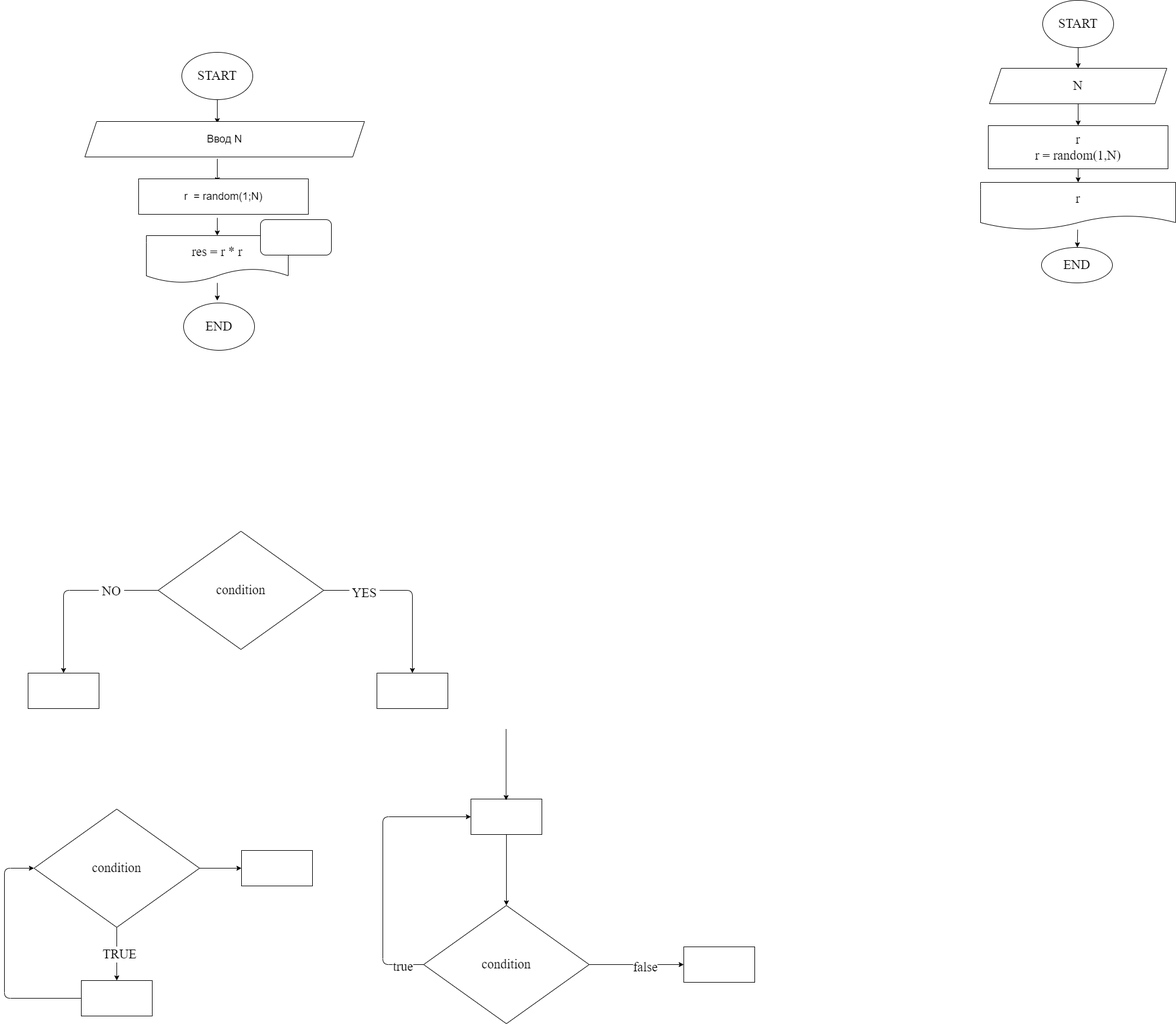
iksergey/practice_temp keeps this draw.io diagram as ex000.drawio.png. Above is the earlier version. Source tidied: cells renumbered, new cells last; positions are measured from the earlier drawing's top-left corner, leaving out a move shared by most shapes.
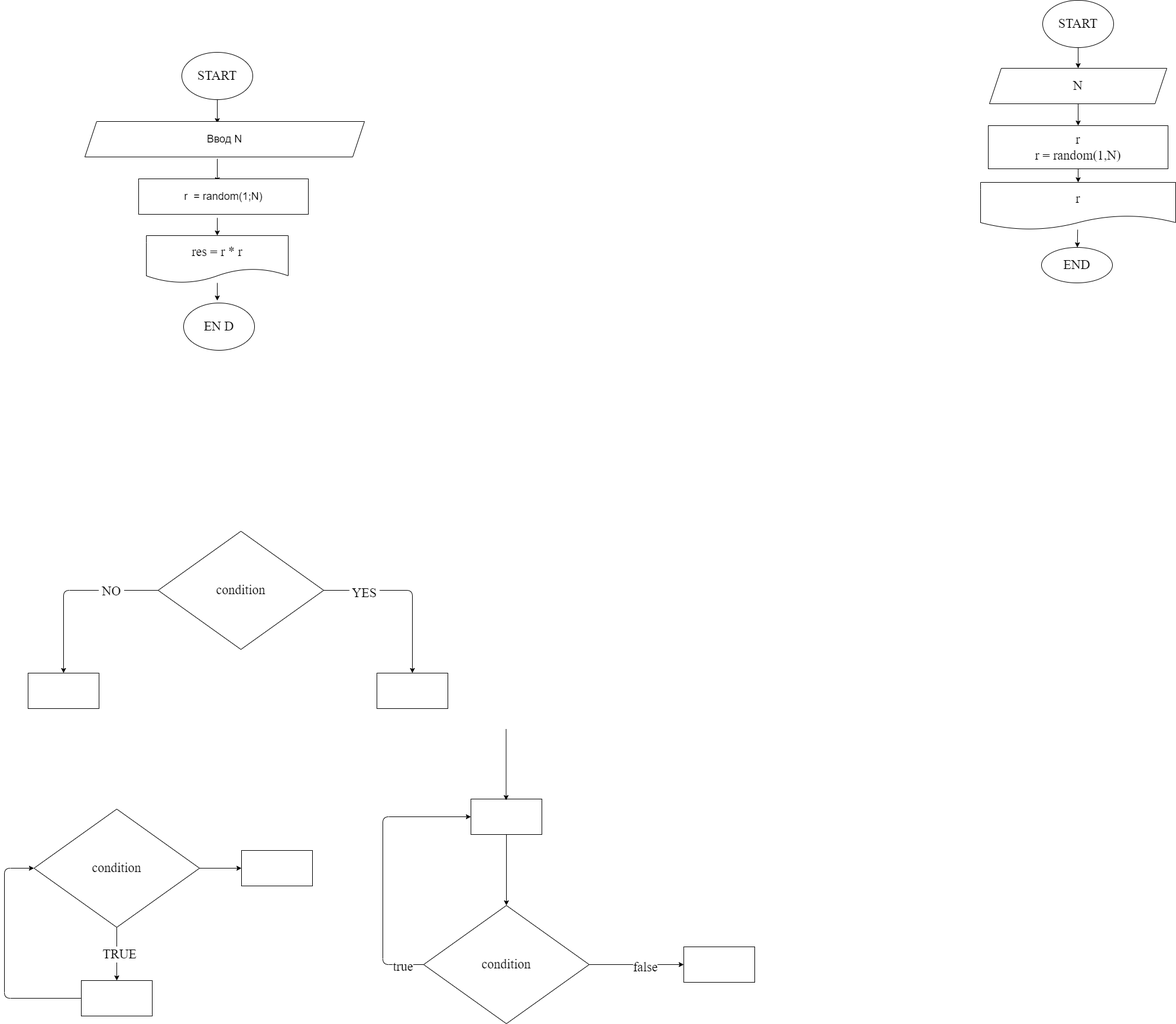
Above is the later version.

Commit message:
Исправили ошибку

Change to the diagram source:
```diff
@@ -149,13 +149,10 @@
     <mxCell id="40" value="&lt;font style=&quot;font-size: 18px&quot;&gt;Ввод N&lt;/font&gt;" style="shape=parallelogram;perimeter=parallelogramPerimeter;whiteSpace=wrap;html=1;fixedSize=1;" parent="1" vertex="1">
       <mxGeometry x="136" y="205" width="473" height="60" as="geometry" />
     </mxCell>
-    <mxCell id="41" style="rounded=1;whiteSpace=wrap;html=1;fontSize=18;" parent="1" vertex="1">
-      <mxGeometry x="433" y="371" width="120" height="60" as="geometry" />
-    </mxCell>
     <mxCell id="42" value="r&amp;nbsp; = random(1;N)" style="rounded=0;whiteSpace=wrap;html=1;fontSize=18;" parent="1" vertex="1">
       <mxGeometry x="227" y="302" width="287" height="60" as="geometry" />
     </mxCell>
-    <mxCell id="43" value="END" style="ellipse;whiteSpace=wrap;html=1;fontFamily=Fira Code;fontSize=22;" parent="1" vertex="1">
+    <mxCell id="43" value="EN D" style="ellipse;whiteSpace=wrap;html=1;fontFamily=Fira Code;fontSize=22;" parent="1" vertex="1">
       <mxGeometry x="303" y="512" width="120" height="80" as="geometry" />
     </mxCell>
   </root>
```
